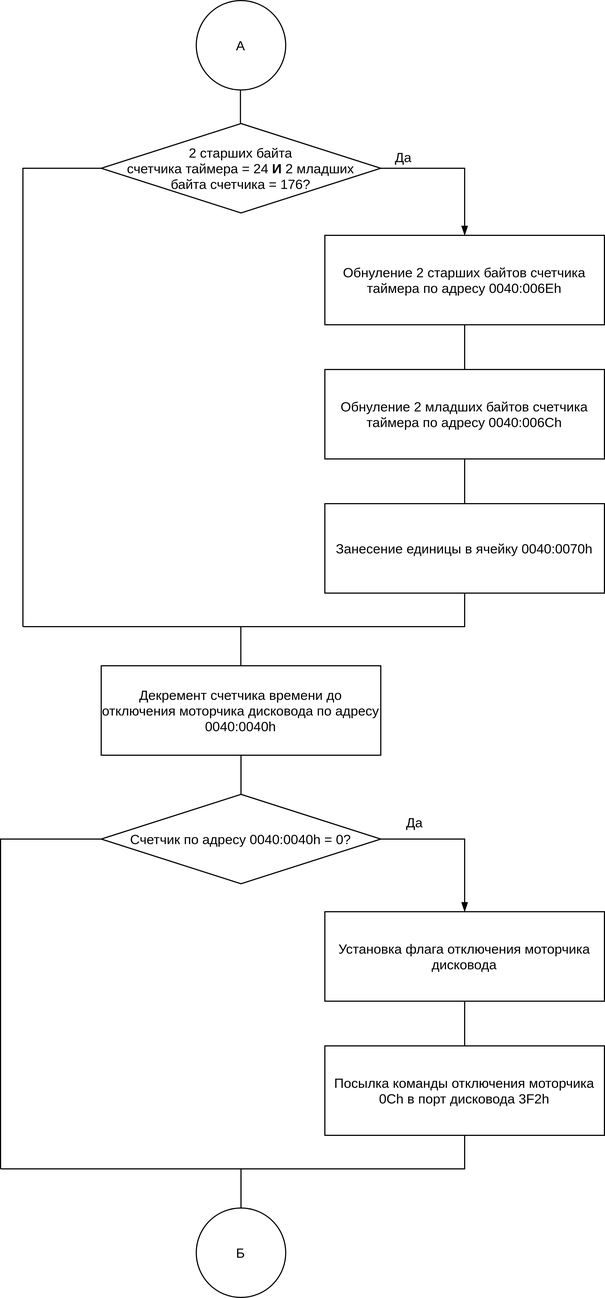
The draw.io diagram lab_01/report/assets/int8h_2.png in Justarone/bmstu-os, before a commit. Source tidied: cells renumbered, new cells last; positions are measured from the earlier drawing's top-left corner, leaving out a move shared by most shapes. Its diagram source:
```xml
<mxGraphModel>
  <root>
    <mxCell id="0" />
    <mxCell id="1" parent="0" />
    <mxCell id="2" style="edgeStyle=orthogonalEdgeStyle;rounded=0;jettySize=auto;html=1;exitX=0.5;exitY=1;exitDx=0;exitDy=0;entryX=0.5;entryY=0;entryDx=0;entryDy=0;endArrow=none;endFill=0;" parent="1" edge="1" source="3" target="6">
      <mxGeometry relative="1" as="geometry" />
    </mxCell>
    <mxCell id="3" value="Декремент счетчика времени до отключения моторчика дисковода&amp;nbsp;по адресу 0040:0040h" style="rounded=0;whiteSpace=wrap;html=1;" parent="1" vertex="1">
      <mxGeometry x="90" y="595" width="250" height="80" as="geometry" />
    </mxCell>
    <mxCell id="4" style="edgeStyle=orthogonalEdgeStyle;rounded=0;jettySize=auto;html=1;exitX=1;exitY=0.5;exitDx=0;exitDy=0;endArrow=blockThin;endFill=1;" parent="1" edge="1" source="6" target="8">
      <mxGeometry relative="1" as="geometry" />
    </mxCell>
    <mxCell id="5" style="edgeStyle=orthogonalEdgeStyle;rounded=0;jettySize=auto;html=1;exitX=0;exitY=0.5;exitDx=0;exitDy=0;endArrow=none;endFill=0;" parent="1" edge="1" source="6">
      <mxGeometry relative="1" as="geometry">
        <mxPoint y="1045" as="targetPoint" />
      </mxGeometry>
    </mxCell>
    <mxCell id="6" value="Счетчик по адресу 0040:0040h = 0?" style="rhombus;whiteSpace=wrap;html=1;" parent="1" vertex="1">
      <mxGeometry x="90" y="710" width="250" height="80" as="geometry" />
    </mxCell>
    <mxCell id="7" style="edgeStyle=orthogonalEdgeStyle;rounded=0;jettySize=auto;html=1;exitX=0.5;exitY=1;exitDx=0;exitDy=0;endArrow=none;endFill=0;entryX=0.5;entryY=0;entryDx=0;entryDy=0;" parent="1" edge="1" source="8" target="11">
      <mxGeometry relative="1" as="geometry" />
    </mxCell>
    <mxCell id="8" value="Установка флага отключения моторчика дисковода" style="rounded=0;whiteSpace=wrap;html=1;" parent="1" vertex="1">
      <mxGeometry x="290" y="815" width="250" height="80" as="geometry" />
    </mxCell>
    <mxCell id="9" value="Да" style="text;html=1;align=center;verticalAlign=middle;" parent="1" vertex="1">
      <mxGeometry x="355" y="725" width="30" height="20" as="geometry" />
    </mxCell>
    <mxCell id="10" style="edgeStyle=orthogonalEdgeStyle;rounded=0;jettySize=auto;html=1;exitX=0.5;exitY=1;exitDx=0;exitDy=0;endArrow=none;endFill=0;" parent="1" edge="1" source="11">
      <mxGeometry relative="1" as="geometry">
        <mxPoint y="1045" as="targetPoint" />
        <Array as="points">
          <mxPoint x="415" y="1045" />
        </Array>
      </mxGeometry>
    </mxCell>
    <mxCell id="11" value="Посылка команды отключения моторчика 0Ch в порт дисковода 3F2h" style="rounded=0;whiteSpace=wrap;html=1;" parent="1" vertex="1">
      <mxGeometry x="290" y="935" width="250" height="80" as="geometry" />
    </mxCell>
    <mxCell id="12" style="edgeStyle=orthogonalEdgeStyle;rounded=0;orthogonalLoop=1;jettySize=auto;html=1;exitX=0.5;exitY=0;exitDx=0;exitDy=0;endArrow=none;endFill=0;" parent="1" edge="1">
      <mxGeometry relative="1" as="geometry">
        <mxPoint x="215" y="1085" as="sourcePoint" />
        <mxPoint x="215" y="1045" as="targetPoint" />
      </mxGeometry>
    </mxCell>
    <mxCell id="13" value="A" style="ellipse;whiteSpace=wrap;html=1;" parent="1" vertex="1">
      <mxGeometry x="175" width="80" height="80" as="geometry" />
    </mxCell>
    <mxCell id="14" style="edgeStyle=orthogonalEdgeStyle;rounded=0;orthogonalLoop=1;jettySize=auto;html=1;exitX=0.5;exitY=1;exitDx=0;exitDy=0;entryX=0.5;entryY=0;entryDx=0;entryDy=0;endArrow=none;endFill=0;" parent="1" edge="1">
      <mxGeometry relative="1" as="geometry">
        <mxPoint x="214.9" y="560" as="sourcePoint" />
        <mxPoint x="214.9" y="595" as="targetPoint" />
      </mxGeometry>
    </mxCell>
    <mxCell id="15" style="edgeStyle=orthogonalEdgeStyle;rounded=0;jettySize=auto;html=1;exitX=1;exitY=0.5;exitDx=0;exitDy=0;endArrow=blockThin;endFill=1;" parent="1" edge="1" source="17">
      <mxGeometry relative="1" as="geometry">
        <mxPoint x="415" y="210" as="targetPoint" />
      </mxGeometry>
    </mxCell>
    <mxCell id="16" style="edgeStyle=orthogonalEdgeStyle;rounded=0;jettySize=auto;html=1;exitX=0;exitY=0.5;exitDx=0;exitDy=0;endArrow=none;endFill=0;" parent="1" edge="1" source="17">
      <mxGeometry relative="1" as="geometry">
        <mxPoint x="20" y="560" as="targetPoint" />
      </mxGeometry>
    </mxCell>
    <mxCell id="17" value="2 старших байта&lt;br&gt;&amp;nbsp;счетчика&amp;nbsp;таймера&amp;nbsp;= 24 &lt;b&gt;И&lt;/b&gt; 2 младших &lt;br&gt;байта счетчика = 176?" style="rhombus;whiteSpace=wrap;html=1;" parent="1" vertex="1">
      <mxGeometry x="90" y="110" width="250" height="80" as="geometry" />
    </mxCell>
    <mxCell id="18" value="Да" style="text;html=1;align=center;verticalAlign=middle;" parent="1" vertex="1">
      <mxGeometry x="345" y="130" width="30" height="20" as="geometry" />
    </mxCell>
    <mxCell id="19" style="edgeStyle=orthogonalEdgeStyle;rounded=0;jettySize=auto;html=1;exitX=0.5;exitY=1;exitDx=0;exitDy=0;endArrow=none;endFill=0;" parent="1" edge="1" source="20" target="22">
      <mxGeometry relative="1" as="geometry" />
    </mxCell>
    <mxCell id="20" value="Обнуление 2 старших байтов счетчика таймера по адресу 0040:006Eh" style="rounded=0;whiteSpace=wrap;html=1;" parent="1" vertex="1">
      <mxGeometry x="290" y="210" width="250" height="80" as="geometry" />
    </mxCell>
    <mxCell id="21" style="edgeStyle=orthogonalEdgeStyle;rounded=0;jettySize=auto;html=1;exitX=0.5;exitY=1;exitDx=0;exitDy=0;endArrow=none;endFill=0;" parent="1" edge="1" source="22" target="24">
      <mxGeometry relative="1" as="geometry" />
    </mxCell>
    <mxCell id="22" value="Обнуление 2 младших байтов счетчика таймера по адресу 0040:006Ch" style="rounded=0;whiteSpace=wrap;html=1;" parent="1" vertex="1">
      <mxGeometry x="290" y="330" width="250" height="80" as="geometry" />
    </mxCell>
    <mxCell id="23" style="edgeStyle=orthogonalEdgeStyle;rounded=0;jettySize=auto;html=1;exitX=0.5;exitY=1;exitDx=0;exitDy=0;endArrow=none;endFill=0;" parent="1" edge="1" source="24">
      <mxGeometry relative="1" as="geometry">
        <mxPoint x="20" y="560" as="targetPoint" />
        <Array as="points">
          <mxPoint x="415" y="560" />
          <mxPoint x="20" y="560" />
        </Array>
      </mxGeometry>
    </mxCell>
    <mxCell id="24" value="Занесение единицы в ячейку 0040:0070h" style="rounded=0;whiteSpace=wrap;html=1;" parent="1" vertex="1">
      <mxGeometry x="290" y="450" width="250" height="80" as="geometry" />
    </mxCell>
    <mxCell id="25" style="edgeStyle=orthogonalEdgeStyle;rounded=0;orthogonalLoop=1;jettySize=auto;html=1;exitX=0.5;exitY=0;exitDx=0;exitDy=0;endArrow=none;endFill=0;" parent="1" edge="1">
      <mxGeometry relative="1" as="geometry">
        <mxPoint x="214.5" y="110" as="sourcePoint" />
        <mxPoint x="214.5" y="80" as="targetPoint" />
      </mxGeometry>
    </mxCell>
    <mxCell id="26" value="Б" style="ellipse;whiteSpace=wrap;html=1;" parent="1" vertex="1">
      <mxGeometry x="175" y="1080" width="80" height="80" as="geometry" />
    </mxCell>
  </root>
</mxGraphModel>
```
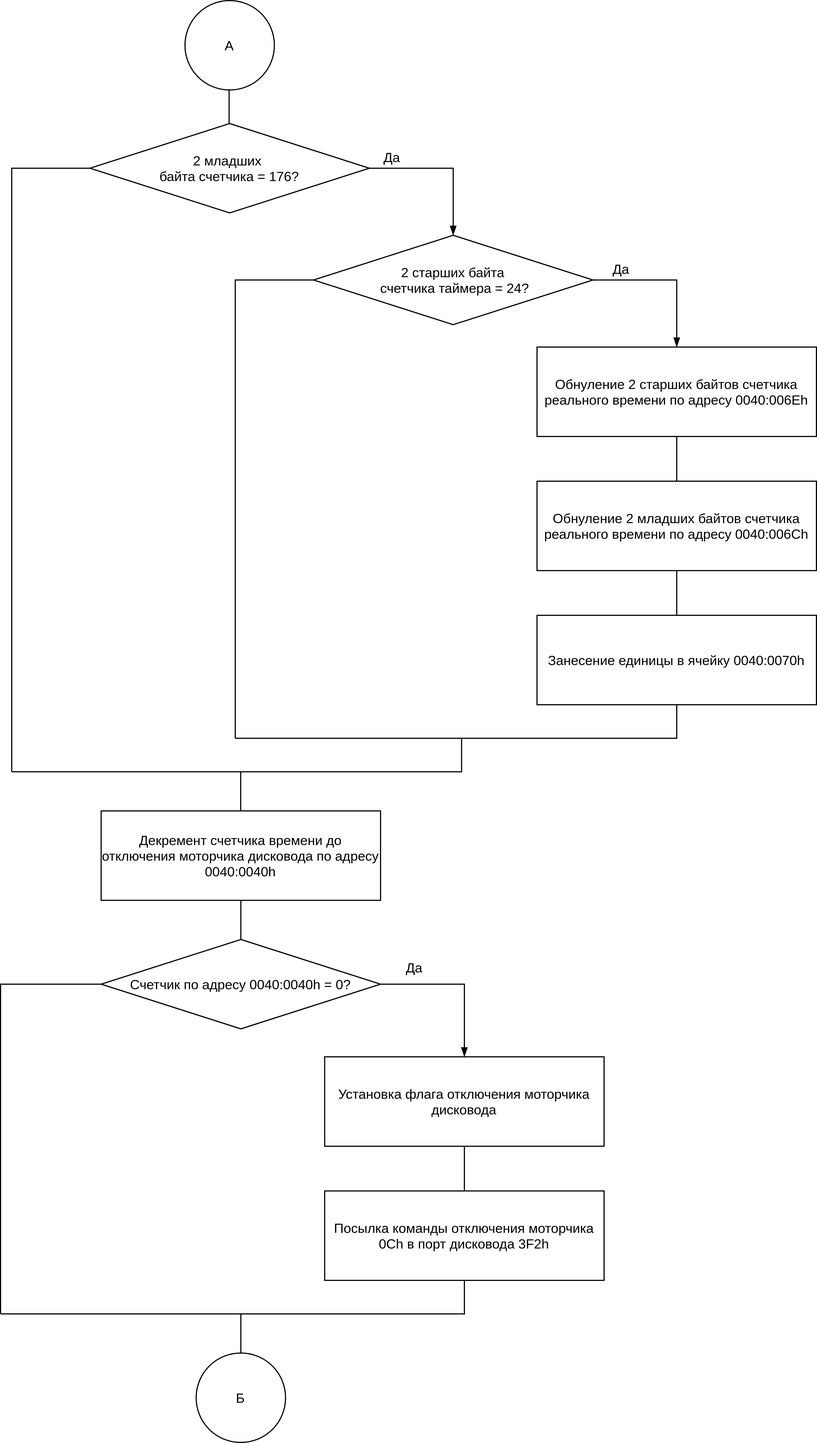
The same diagram one commit later.

The edit, as a diff of the source:
```diff
@@ -46,7 +46,7 @@
       </mxGeometry>
     </mxCell>
     <mxCell id="13" value="A" style="ellipse;whiteSpace=wrap;html=1;" parent="1" vertex="1">
-      <mxGeometry x="175" width="80" height="80" as="geometry" />
+      <mxGeometry x="165" y="-130" width="80" height="80" as="geometry" />
     </mxCell>
     <mxCell id="14" style="edgeStyle=orthogonalEdgeStyle;rounded=0;orthogonalLoop=1;jettySize=auto;html=1;exitX=0.5;exitY=1;exitDx=0;exitDy=0;entryX=0.5;entryY=0;entryDx=0;entryDy=0;endArrow=none;endFill=0;" parent="1" edge="1">
       <mxGeometry relative="1" as="geometry">
@@ -56,52 +56,81 @@
     </mxCell>
     <mxCell id="15" style="edgeStyle=orthogonalEdgeStyle;rounded=0;jettySize=auto;html=1;exitX=1;exitY=0.5;exitDx=0;exitDy=0;endArrow=blockThin;endFill=1;" parent="1" edge="1" source="17">
       <mxGeometry relative="1" as="geometry">
-        <mxPoint x="415" y="210" as="targetPoint" />
+        <mxPoint x="405" y="80" as="targetPoint" />
       </mxGeometry>
     </mxCell>
     <mxCell id="16" style="edgeStyle=orthogonalEdgeStyle;rounded=0;jettySize=auto;html=1;exitX=0;exitY=0.5;exitDx=0;exitDy=0;endArrow=none;endFill=0;" parent="1" edge="1" source="17">
       <mxGeometry relative="1" as="geometry">
-        <mxPoint x="20" y="560" as="targetPoint" />
+        <mxPoint x="10" y="560" as="targetPoint" />
       </mxGeometry>
     </mxCell>
-    <mxCell id="17" value="2 старших байта&lt;br&gt;&amp;nbsp;счетчика&amp;nbsp;таймера&amp;nbsp;= 24 &lt;b&gt;И&lt;/b&gt; 2 младших &lt;br&gt;байта счетчика = 176?" style="rhombus;whiteSpace=wrap;html=1;" parent="1" vertex="1">
-      <mxGeometry x="90" y="110" width="250" height="80" as="geometry" />
+    <mxCell id="17" value="2 младших &lt;br&gt;байта счетчика = 176?" style="rhombus;whiteSpace=wrap;html=1;" parent="1" vertex="1">
+      <mxGeometry x="80" y="-20" width="250" height="80" as="geometry" />
     </mxCell>
     <mxCell id="18" value="Да" style="text;html=1;align=center;verticalAlign=middle;" parent="1" vertex="1">
-      <mxGeometry x="345" y="130" width="30" height="20" as="geometry" />
+      <mxGeometry x="335" width="30" height="20" as="geometry" />
     </mxCell>
-    <mxCell id="19" style="edgeStyle=orthogonalEdgeStyle;rounded=0;jettySize=auto;html=1;exitX=0.5;exitY=1;exitDx=0;exitDy=0;endArrow=none;endFill=0;" parent="1" edge="1" source="20" target="22">
-      <mxGeometry relative="1" as="geometry" />
-    </mxCell>
-    <mxCell id="20" value="Обнуление 2 старших байтов счетчика таймера по адресу 0040:006Eh" style="rounded=0;whiteSpace=wrap;html=1;" parent="1" vertex="1">
-      <mxGeometry x="290" y="210" width="250" height="80" as="geometry" />
-    </mxCell>
-    <mxCell id="21" style="edgeStyle=orthogonalEdgeStyle;rounded=0;jettySize=auto;html=1;exitX=0.5;exitY=1;exitDx=0;exitDy=0;endArrow=none;endFill=0;" parent="1" edge="1" source="22" target="24">
-      <mxGeometry relative="1" as="geometry" />
-    </mxCell>
-    <mxCell id="22" value="Обнуление 2 младших байтов счетчика таймера по адресу 0040:006Ch" style="rounded=0;whiteSpace=wrap;html=1;" parent="1" vertex="1">
-      <mxGeometry x="290" y="330" width="250" height="80" as="geometry" />
-    </mxCell>
-    <mxCell id="23" style="edgeStyle=orthogonalEdgeStyle;rounded=0;jettySize=auto;html=1;exitX=0.5;exitY=1;exitDx=0;exitDy=0;endArrow=none;endFill=0;" parent="1" edge="1" source="24">
+    <mxCell id="23" style="edgeStyle=orthogonalEdgeStyle;rounded=0;orthogonalLoop=1;jettySize=auto;html=1;exitX=0.5;exitY=1;exitDx=0;exitDy=0;endArrow=none;endFill=0;" parent="1" edge="1">
       <mxGeometry relative="1" as="geometry">
-        <mxPoint x="20" y="560" as="targetPoint" />
+        <mxPoint x="605" y="500" as="sourcePoint" />
+        <mxPoint x="210" y="530" as="targetPoint" />
         <Array as="points">
-          <mxPoint x="415" y="560" />
-          <mxPoint x="20" y="560" />
+          <mxPoint x="605" y="530" />
+          <mxPoint x="210" y="530" />
         </Array>
       </mxGeometry>
     </mxCell>
-    <mxCell id="24" value="Занесение единицы в ячейку 0040:0070h" style="rounded=0;whiteSpace=wrap;html=1;" parent="1" vertex="1">
-      <mxGeometry x="290" y="450" width="250" height="80" as="geometry" />
-    </mxCell>
     <mxCell id="25" style="edgeStyle=orthogonalEdgeStyle;rounded=0;orthogonalLoop=1;jettySize=auto;html=1;exitX=0.5;exitY=0;exitDx=0;exitDy=0;endArrow=none;endFill=0;" parent="1" edge="1">
       <mxGeometry relative="1" as="geometry">
-        <mxPoint x="214.5" y="110" as="sourcePoint" />
-        <mxPoint x="214.5" y="80" as="targetPoint" />
+        <mxPoint x="204.5" y="-20" as="sourcePoint" />
+        <mxPoint x="204.5" y="-50" as="targetPoint" />
       </mxGeometry>
     </mxCell>
     <mxCell id="26" value="Б" style="ellipse;whiteSpace=wrap;html=1;" parent="1" vertex="1">
       <mxGeometry x="175" y="1080" width="80" height="80" as="geometry" />
     </mxCell>
+    <mxCell id="27" style="edgeStyle=orthogonalEdgeStyle;rounded=0;jettySize=auto;html=1;exitX=0.5;exitY=1;exitDx=0;exitDy=0;endArrow=none;endFill=0;" parent="1" edge="1" source="28" target="30">
+      <mxGeometry relative="1" as="geometry" />
+    </mxCell>
+    <mxCell id="28" value="Обнуление 2 старших байтов счетчика реального времени по адресу 0040:006Eh" style="rounded=0;whiteSpace=wrap;html=1;" parent="1" vertex="1">
+      <mxGeometry x="480" y="180" width="250" height="80" as="geometry" />
+    </mxCell>
+    <mxCell id="29" style="edgeStyle=orthogonalEdgeStyle;rounded=0;jettySize=auto;html=1;exitX=0.5;exitY=1;exitDx=0;exitDy=0;endArrow=none;endFill=0;" parent="1" edge="1" source="30" target="24">
+      <mxGeometry relative="1" as="geometry" />
+    </mxCell>
+    <mxCell id="30" value="Обнуление 2 младших байтов счетчика реального времени по адресу 0040:006Ch" style="rounded=0;whiteSpace=wrap;html=1;" parent="1" vertex="1">
+      <mxGeometry x="480" y="300" width="250" height="80" as="geometry" />
+    </mxCell>
+    <mxCell id="24" value="Занесение единицы в ячейку 0040:0070h" style="rounded=0;whiteSpace=wrap;html=1;" parent="1" vertex="1">
+      <mxGeometry x="480" y="420" width="250" height="80" as="geometry" />
+    </mxCell>
+    <mxCell id="31" value="2 старших байта&lt;br&gt;&amp;nbsp;счетчика&amp;nbsp;таймера&amp;nbsp;= 24?" style="rhombus;whiteSpace=wrap;html=1;" parent="1" vertex="1">
+      <mxGeometry x="280" y="80" width="250" height="80" as="geometry" />
+    </mxCell>
+    <mxCell id="32" style="edgeStyle=orthogonalEdgeStyle;rounded=0;orthogonalLoop=1;jettySize=auto;html=1;exitX=0;exitY=0.5;exitDx=0;exitDy=0;endArrow=none;endFill=0;" parent="1" edge="1">
+      <mxGeometry relative="1" as="geometry">
+        <mxPoint x="280" y="120" as="sourcePoint" />
+        <mxPoint x="210" y="530" as="targetPoint" />
+      </mxGeometry>
+    </mxCell>
+    <mxCell id="33" style="edgeStyle=orthogonalEdgeStyle;rounded=0;orthogonalLoop=1;jettySize=auto;html=1;exitX=1;exitY=0.5;exitDx=0;exitDy=0;endArrow=blockThin;endFill=1;" parent="1" edge="1">
+      <mxGeometry relative="1" as="geometry">
+        <mxPoint x="530" y="120" as="sourcePoint" />
+        <mxPoint x="605" y="180" as="targetPoint" />
+      </mxGeometry>
+    </mxCell>
+    <mxCell id="34" value="Да" style="text;html=1;align=center;verticalAlign=middle;" parent="1" vertex="1">
+      <mxGeometry x="540" y="100" width="30" height="20" as="geometry" />
+    </mxCell>
+    <mxCell id="35" style="edgeStyle=orthogonalEdgeStyle;rounded=0;orthogonalLoop=1;jettySize=auto;html=1;exitX=0.5;exitY=1;exitDx=0;exitDy=0;endArrow=none;endFill=0;" parent="1" edge="1">
+      <mxGeometry relative="1" as="geometry">
+        <mxPoint x="412.5" y="530" as="sourcePoint" />
+        <mxPoint x="10" y="560" as="targetPoint" />
+        <Array as="points">
+          <mxPoint x="412.5" y="560" />
+          <mxPoint x="17.5" y="560" />
+        </Array>
+      </mxGeometry>
+    </mxCell>
   </root>
 </mxGraphModel>
```
